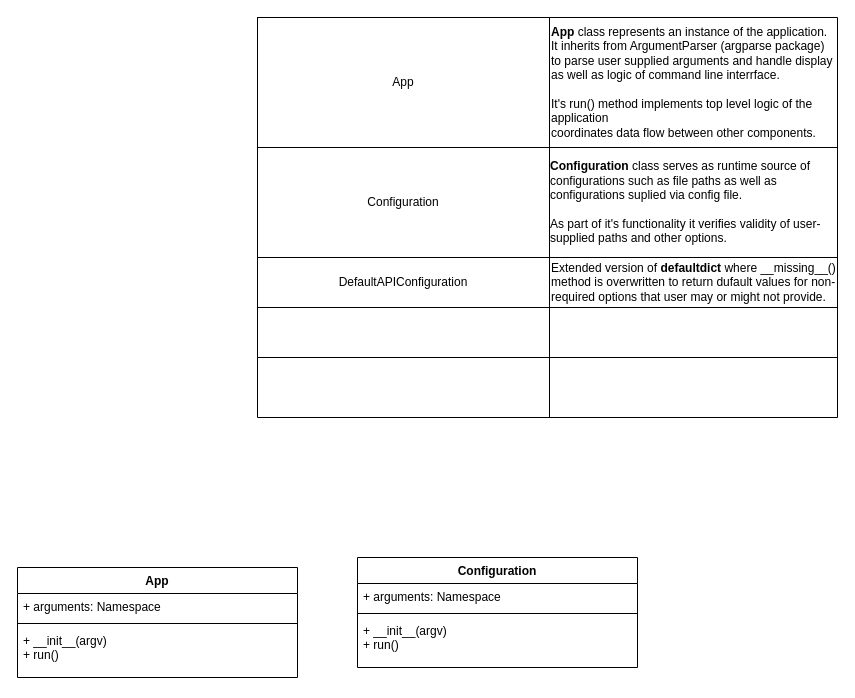
The draw.io diagram design/open-ai-tts-uml-diagram.drawio in andrew-ryabchenko/openai-tts-client, before the edit. Source tidied: cells renumbered, new cells numbered last; positions are measured from the earlier drawing's top-left corner, leaving out a move shared by most shapes. Both pictures are drawn from the tidied source at 100%, with x=0, y=0 at pixel (17, 17).
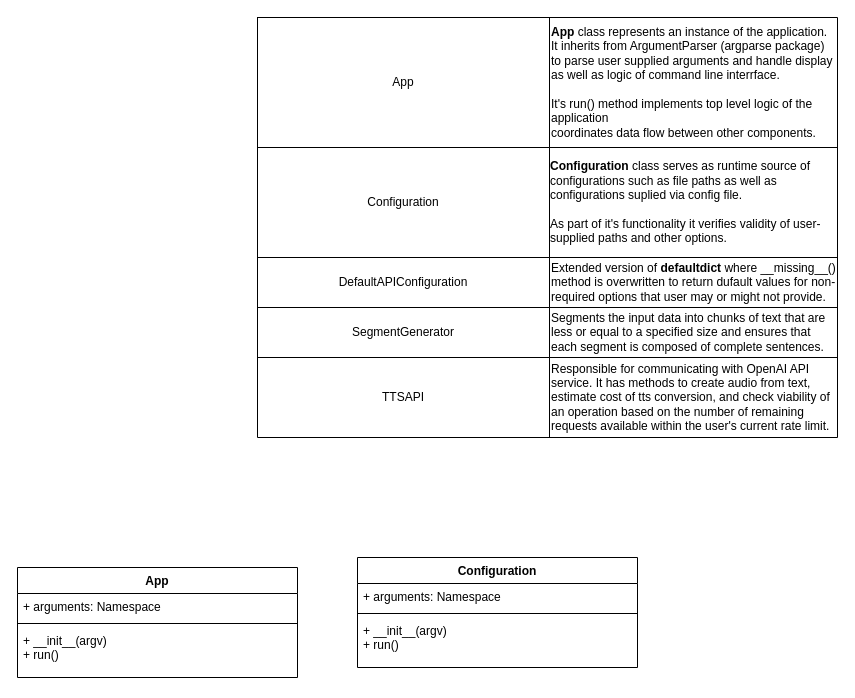
After the change.

Unchanged cells that the change refers to:
```xml
<mxCell id="20" style="shape=tableRow;horizontal=0;startSize=0;swimlaneHead=0;swimlaneBody=0;strokeColor=inherit;top=0;left=0;bottom=0;right=0;fillColor=none;" parent="10" vertex="1">
  <mxGeometry y="290" width="580" height="50" as="geometry" />
</mxCell>
```

Diff of the diagram source:
```diff
@@
     <mxCell id="10" style="shape=table;startSize=0;childLayout=tableLayout;" parent="1" vertex="1">
-      <mxGeometry x="240" width="580" height="400" as="geometry" />
+      <mxGeometry x="240" width="580" height="420" as="geometry" />
     </mxCell>
@@
-    <mxCell id="21" style="shape=partialRectangle;html=1;whiteSpace=wrap;strokeColor=inherit;overflow=hidden;fillColor=none;top=0;left=0;bottom=0;right=0;" parent="20" vertex="1">
+    <mxCell id="21" value="SegmentGenerator" style="shape=partialRectangle;html=1;whiteSpace=wrap;strokeColor=inherit;overflow=hidden;fillColor=none;top=0;left=0;bottom=0;right=0;" parent="20" vertex="1">
       <mxGeometry width="292" height="50" as="geometry" />
     </mxCell>
-    <mxCell id="22" style="shape=partialRectangle;html=1;whiteSpace=wrap;strokeColor=inherit;overflow=hidden;fillColor=none;top=0;left=0;bottom=0;right=0;" parent="20" vertex="1">
+    <mxCell id="22" value="Segments the input data into chunks of text that are less or equal to a specified size and ensures that each segment is composed of complete sentences." style="shape=partialRectangle;html=1;whiteSpace=wrap;strokeColor=inherit;overflow=hidden;fillColor=none;top=0;left=0;bottom=0;right=0;align=left;" parent="20" vertex="1">
       <mxGeometry x="292" width="288" height="50" as="geometry" />
     </mxCell>
     <mxCell id="23" style="shape=tableRow;horizontal=0;startSize=0;swimlaneHead=0;swimlaneBody=0;strokeColor=inherit;top=0;left=0;bottom=0;right=0;fillColor=none;" parent="10" vertex="1">
-      <mxGeometry y="340" width="580" height="60" as="geometry" />
+      <mxGeometry y="340" width="580" height="80" as="geometry" />
     </mxCell>
-    <mxCell id="24" style="shape=partialRectangle;html=1;whiteSpace=wrap;strokeColor=inherit;overflow=hidden;fillColor=none;top=0;left=0;bottom=0;right=0;" parent="23" vertex="1">
-      <mxGeometry width="292" height="60" as="geometry" />
+    <mxCell id="24" value="TTSAPI" style="shape=partialRectangle;html=1;whiteSpace=wrap;strokeColor=inherit;overflow=hidden;fillColor=none;top=0;left=0;bottom=0;right=0;" parent="23" vertex="1">
+      <mxGeometry width="292" height="80" as="geometry" />
     </mxCell>
-    <mxCell id="25" style="shape=partialRectangle;html=1;whiteSpace=wrap;strokeColor=inherit;overflow=hidden;fillColor=none;top=0;left=0;bottom=0;right=0;" parent="23" vertex="1">
-      <mxGeometry x="292" width="288" height="60" as="geometry" />
+    <mxCell id="25" value="Responsible for communicating with OpenAI API service. It has methods to create audio from text, estimate cost of tts conversion, and check viability of an operation based on the number of remaining requests available within the user's current rate limit.&amp;nbsp;" style="shape=partialRectangle;html=1;whiteSpace=wrap;strokeColor=inherit;overflow=hidden;fillColor=none;top=0;left=0;bottom=0;right=0;align=left;" parent="23" vertex="1">
+      <mxGeometry x="292" width="288" height="80" as="geometry" />
     </mxCell>
```
